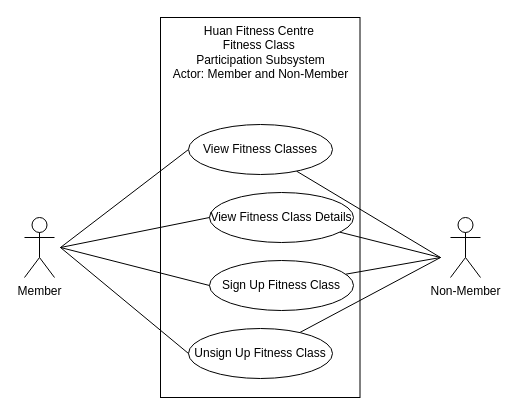
The draw.io diagram page "Fitness Class Participation" (7 of 9) of diagrams/Use Case Diagram.drawio in iZ86/DIT2153WD, before the edit. Source tidied: cells renumbered, new cells numbered last; positions are measured from the earlier drawing's top-left corner, leaving out a move shared by most shapes. Both pictures are drawn from the tidied source at 100%, with x=0, y=0 at pixel (24, 17).
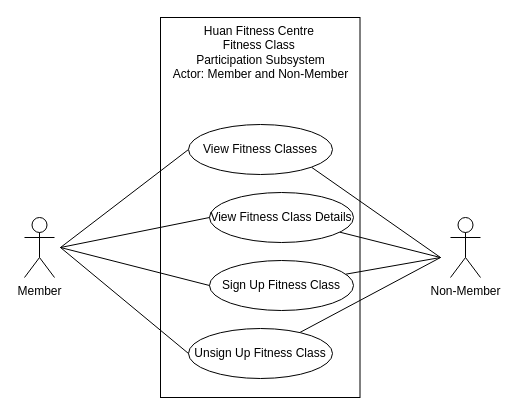
Above is the later version.

The change refers to these unchanged cells:
```xml
<mxCell id="16" value="View Fitness Classes" style="ellipse;whiteSpace=wrap;html=1;" parent="1" vertex="1">
  <mxGeometry x="164" y="107" width="144" height="50" as="geometry" />
</mxCell>
```

Diff of the diagram source:
```diff
@@
-    <mxCell id="15" style="rounded=0;jettySize=auto;html=1;endArrow=none;endFill=0;" parent="1" edge="1" source="16">
+    <mxCell id="15" style="rounded=0;jettySize=auto;html=1;endArrow=none;endFill=0;exitX=1;exitY=1;exitDx=0;exitDy=0;" parent="1" edge="1" source="16">
       <mxGeometry relative="1" as="geometry">
         <mxPoint x="416" y="240" as="targetPoint" />
       </mxGeometry>
     </mxCell>
```
